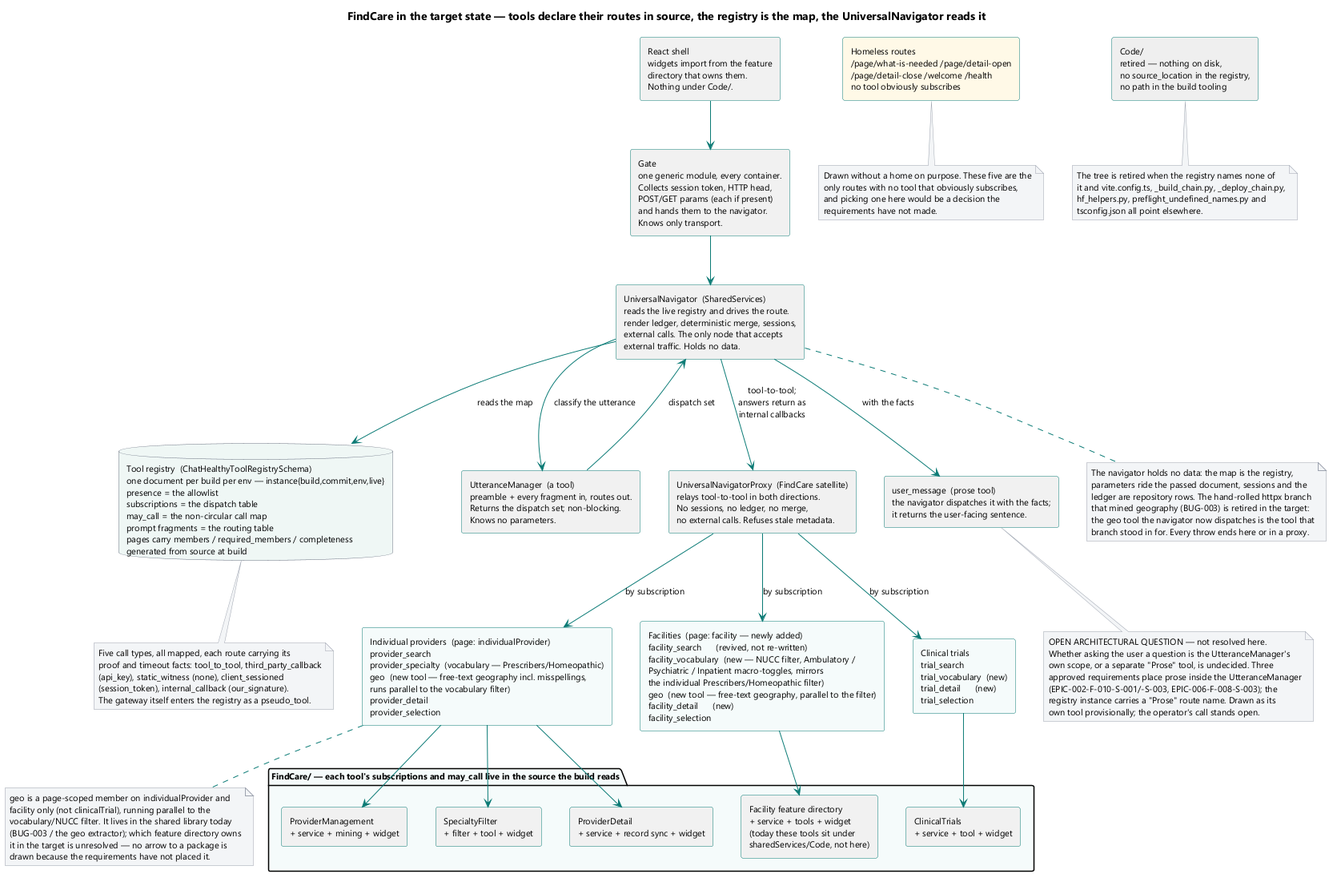
Before: brain/machine_artifacts/diagramsAndImages/rendered/mig_after.png, a diagram exported from PlantUML (SkipSnow/ChatHealthyRepo).
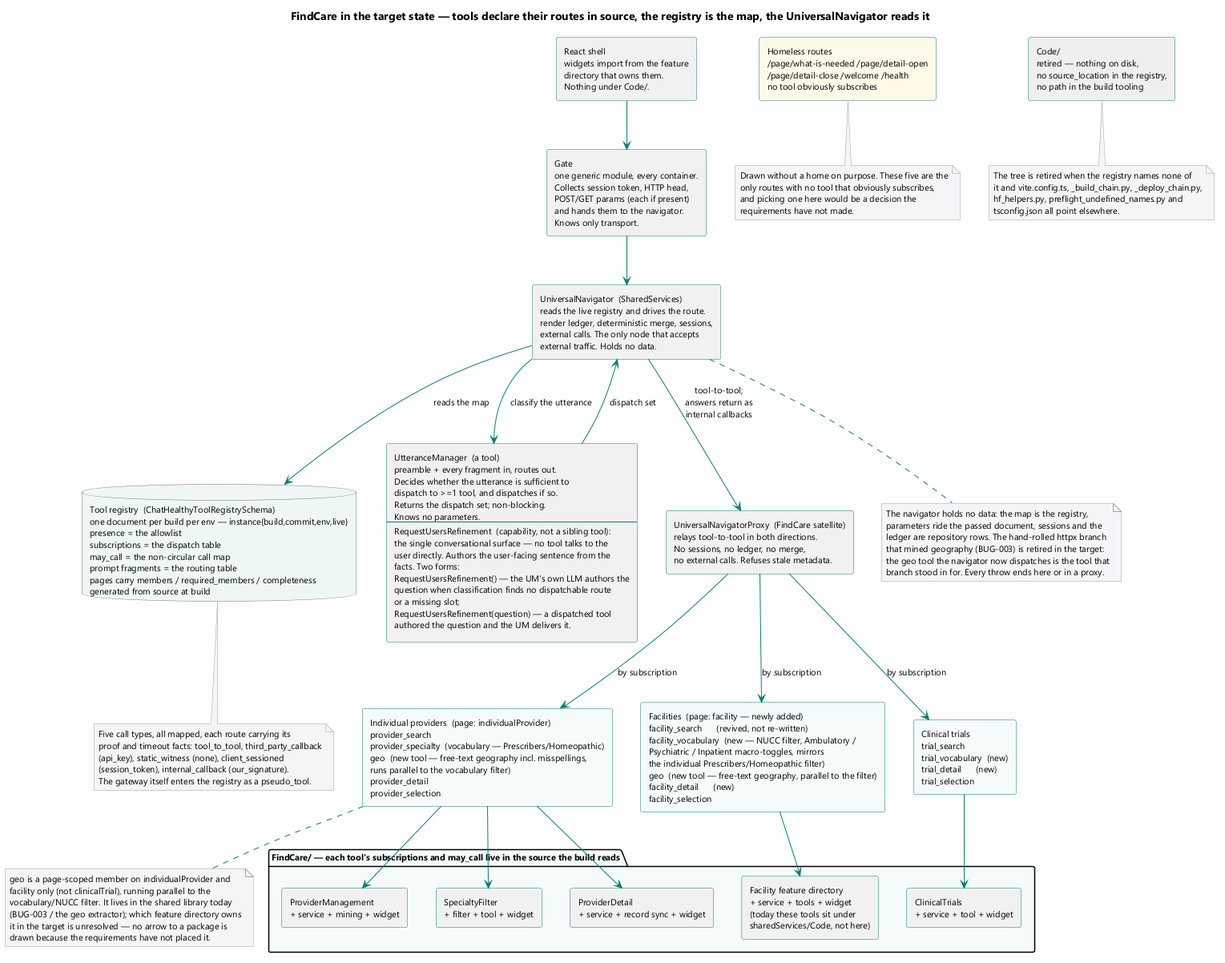
Above is the later version.

The edit, as a diff of the source:
```diff
@@ -19,7 +19,7 @@
 
 database "Tool registry  (ChatHealthyToolRegistrySchema)\none document per build per env — instance{build,commit,env,live}\npresence = the allowlist\nsubscriptions = the dispatch table\nmay_call = the non-circular call map\nprompt fragments = the routing table\npages carry members / required_members / completeness\ngenerated from source at build" as REG #eef6f5
 
-component "UtteranceManager  (a tool)\npreamble + every fragment in, routes out.\nReturns the dispatch set; non-blocking.\nKnows no parameters." as UM
+component "UtteranceManager  (a tool)\npreamble + every fragment in, routes out.\nDecides whether the utterance is sufficient to\ndispatch to >=1 tool, and dispatches if so.\nReturns the dispatch set; non-blocking.\nKnows no parameters.\n----\nRequestUsersRefinement  (capability, not a sibling tool):\nthe single conversational surface — no tool talks to the\nuser directly. Authors the user-facing sentence from the\nfacts. Two forms:\nRequestUsersRefinement() — the UM's own LLM authors the\nquestion when classification finds no dispatchable route\nor a missing slot;\nRequestUsersRefinement(question) — a dispatched tool\nauthored the question and the UM delivers it." as UM
 
 component "UniversalNavigatorProxy  (FindCare satellite)\nrelays tool-to-tool in both directions.\nNo sessions, no ledger, no merge,\nno external calls. Refuses stale metadata." as PROXY
 
@@ -28,8 +28,6 @@
 component "Facilities  (page: facility — newly added)\nfacility_search      (revived, not re-written)\nfacility_vocabulary  (new — NUCC filter, Ambulatory /\nPsychiatric / Inpatient macro-toggles, mirrors\nthe individual Prescribers/Homeopathic filter)\ngeo  (new tool — free-text geography, parallel to the filter)\nfacility_detail      (new)\nfacility_selection" as FACTOOLS #f5fbfa
 
 component "Clinical trials\ntrial_search\ntrial_vocabulary  (new)\ntrial_detail      (new)\ntrial_selection" as TRIALTOOLS #f5fbfa
-
-component "user_message  (prose tool)\nthe navigator dispatches it with the facts;\nit returns the user-facing sentence." as PROSE
 
 package "FindCare/ — each tool's subscriptions and may_call live in the source the build reads" #f5fbfa {
   component "ProviderManagement\n+ service + mining + widget" as PM
@@ -48,7 +46,6 @@
 NAV --> REG : reads the map
 NAV --> UM : classify the utterance
 UM --> NAV : dispatch set
-NAV --> PROSE : with the facts
 NAV --> PROXY : tool-to-tool;\nanswers return as\ninternal callbacks
 PROXY --> PROVTOOLS : by subscription
 PROXY --> FACTOOLS : by subscription
@@ -90,16 +87,6 @@
   tsconfig.json all point elsewhere.
 end note
 
-note bottom of PROSE
-  OPEN ARCHITECTURAL QUESTION — not resolved here.
-  Whether asking the user a question is the UtteranceManager's
-  own scope, or a separate "Prose" tool, is undecided. Three
-  approved requirements place prose inside the UtteranceManager
-  (EPIC-002-F-010-S-001/-S-003, EPIC-006-F-008-S-003); the
-  registry instance carries a "Prose" route name. Drawn as its
-  own tool provisionally; the operator's call stands open.
-end note
-
 note bottom of PROVTOOLS
   geo is a page-scoped member on individualProvider and
   facility only (not clinicalTrial), running parallel to the
```
